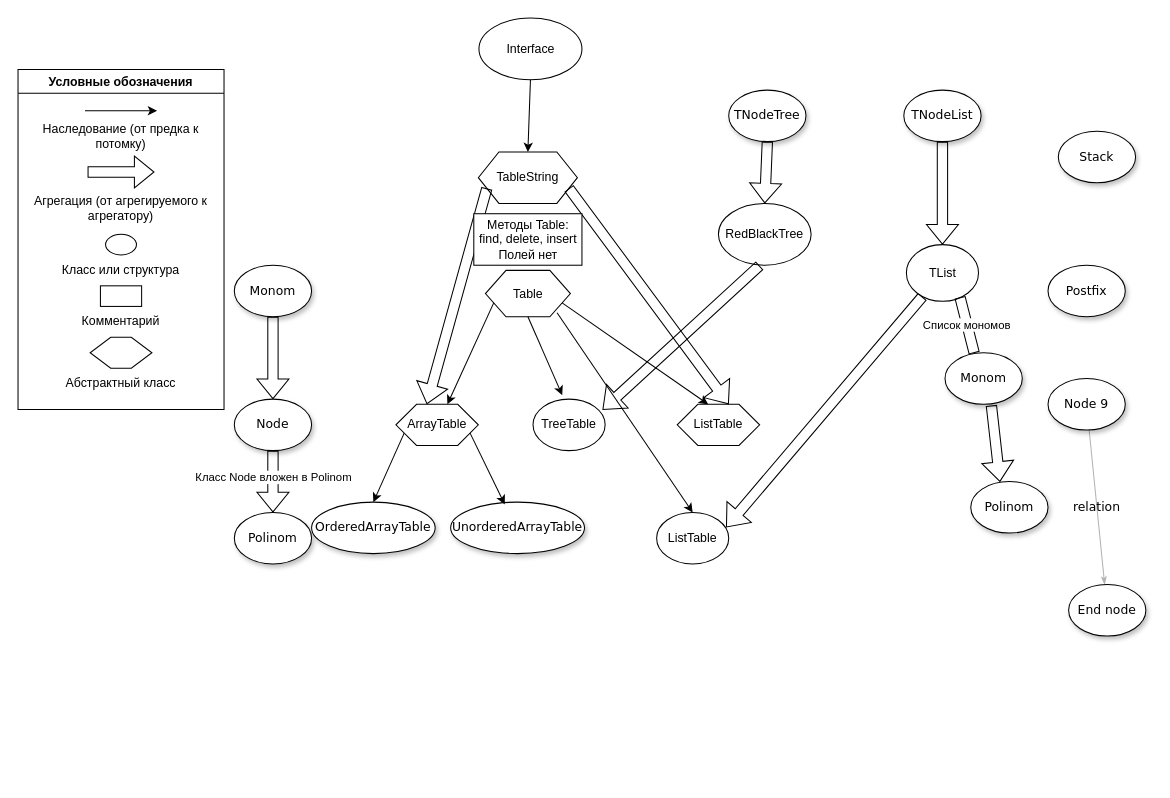
Before: Class_Diagram.drawio in ParkerProbe/mp2-lab6-polynom-algebra, a draw.io diagram. Source tidied: cells renumbered, new cells numbered last; positions are measured from the earlier drawing's top-left corner, leaving out a move shared by most shapes. Both pictures are drawn from the tidied source at 103%, with x=0, y=0 at pixel (18, 18).
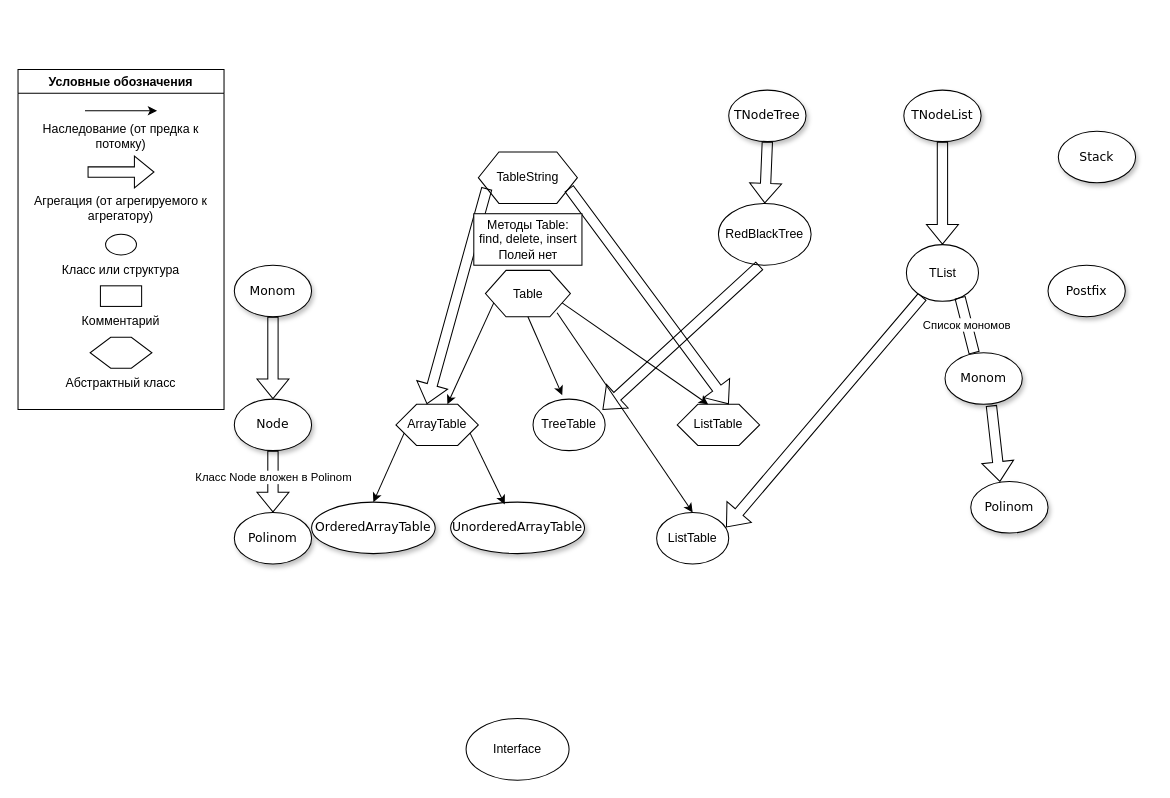
The same diagram, later.

Unchanged cells that the change refers to:
```xml
<mxCell id="25" value="TableString" style="shape=hexagon;perimeter=hexagonPerimeter2;whiteSpace=wrap;html=1;fixedSize=1;" parent="1" vertex="1">
  <mxGeometry x="446.9" y="130" width="96.2" height="50" as="geometry" />
</mxCell>
```

What changed in the source:
```diff
@@
-    <mxCell id="4" value="relation" style="edgeStyle=none;rounded=1;html=1;labelBackgroundColor=none;startArrow=none;startFill=0;startSize=5;endArrow=classicThin;endFill=1;endSize=5;jettySize=auto;strokeColor=#B3B3B3;strokeWidth=1;fontFamily=Verdana;fontSize=12;" parent="1" edge="1" source="5" target="6">
-      <mxGeometry relative="1" as="geometry" />
-    </mxCell>
-    <mxCell id="5" value="&lt;span&gt;Node 9&lt;/span&gt;" style="ellipse;whiteSpace=wrap;html=1;rounded=0;shadow=1;comic=0;labelBackgroundColor=none;strokeWidth=1;fontFamily=Verdana;fontSize=12;align=center;" parent="1" vertex="1">
-      <mxGeometry x="1000" y="350" width="75" height="50" as="geometry" />
-    </mxCell>
-    <mxCell id="6" value="End node" style="ellipse;whiteSpace=wrap;html=1;rounded=0;shadow=1;comic=0;labelBackgroundColor=none;strokeWidth=1;fontFamily=Verdana;fontSize=12;align=center;" parent="1" vertex="1">
-      <mxGeometry x="1020" y="550" width="75" height="50" as="geometry" />
-    </mxCell>
@@
     <mxCell id="53" value="Interface" style="ellipse;whiteSpace=wrap;html=1;" parent="1" vertex="1">
-      <mxGeometry x="447.5" width="100" height="60" as="geometry" />
+      <mxGeometry x="435" y="680" width="100" height="60" as="geometry" />
     </mxCell>
-    <mxCell id="54" style="endArrow=classic;html=1;rounded=0;exitX=0.5;exitY=1;exitDx=0;exitDy=0;entryX=0.5;entryY=0;entryDx=0;entryDy=0;" parent="1" edge="1" source="53" target="25">
-      <mxGeometry relative="1" as="geometry" />
-    </mxCell>
```
